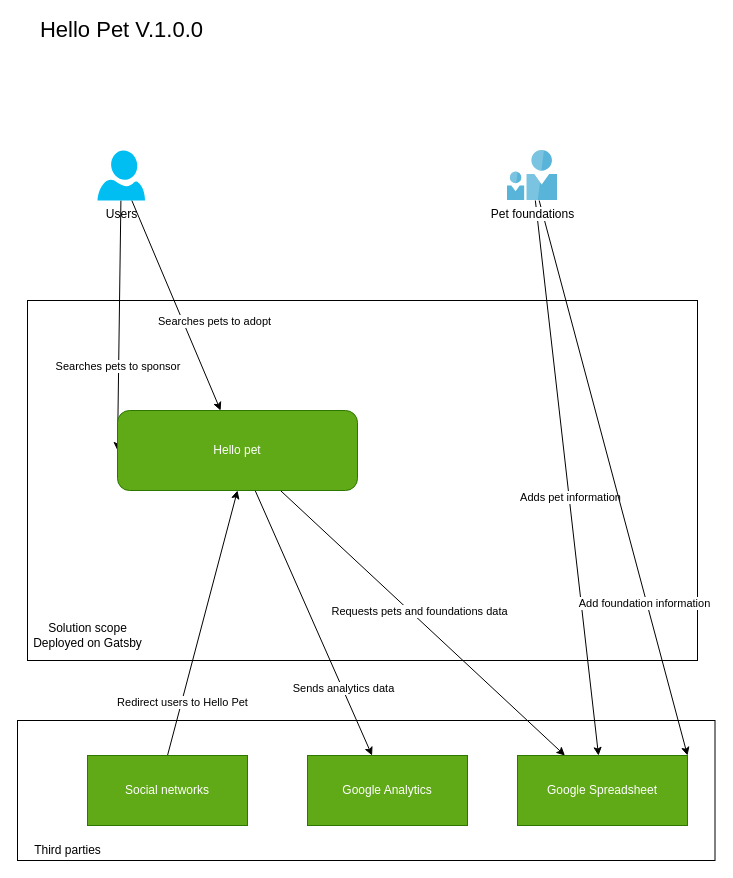
Earlier version of the draw.io diagram page "1. system contex" (1 of 5) of design/architecture-v.1.0.0.dio (codesandtags/hello-pet). Source tidied: cells renumbered, new cells numbered last; positions are measured from the earlier drawing's top-left corner, leaving out a move shared by most shapes. Both pictures are drawn from the tidied source at 100%, with x=0, y=0 at pixel (17, 20).
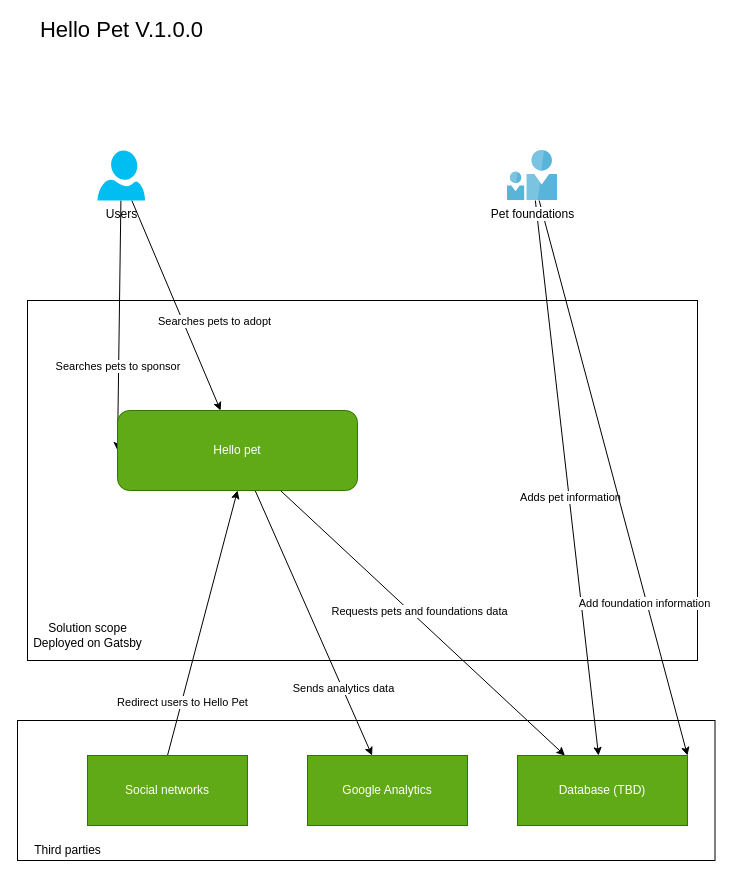
After the change.

The edit, as a diff of the source:
```diff
@@
-    <mxCell id="20" value="Google Spreadsheet" style="whiteSpace=wrap;html=1;fillColor=#60a917;strokeColor=#2D7600;fontColor=#ffffff;" parent="1" vertex="1">
+    <mxCell id="20" value="Database (TBD)" style="whiteSpace=wrap;html=1;fillColor=#60a917;strokeColor=#2D7600;fontColor=#ffffff;" parent="1" vertex="1">
       <mxGeometry x="500" y="735" width="170" height="70" as="geometry" />
     </mxCell>
```
